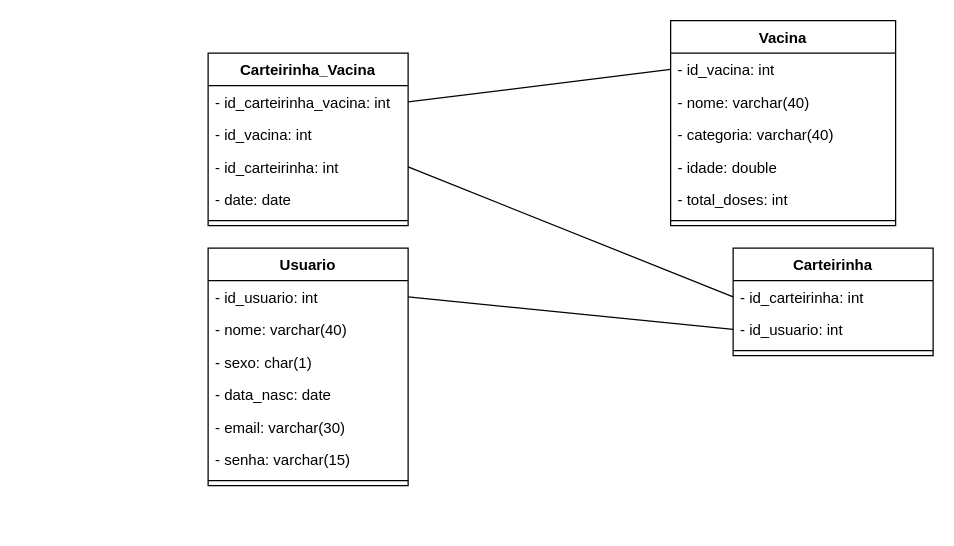
Before: documentacao/diagrama de classe.drawio in Carlozo/Vaprotec-carteira-de-vacina-digital, a draw.io diagram. Source tidied: cells renumbered, new cells numbered last; positions are measured from the earlier drawing's top-left corner, leaving out a move shared by most shapes. Both pictures are drawn from the tidied source at 125%, with x=0, y=0 at pixel (208, 20).
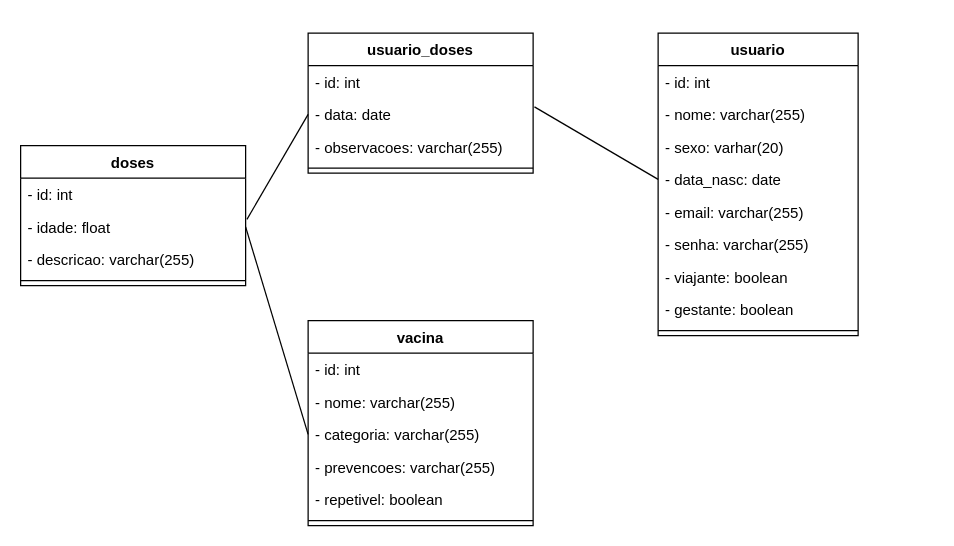
The same page after the edit.

The change refers to these unchanged cells:
```xml
<mxCell id="12" value="- data_nasc: date" style="text;strokeColor=none;fillColor=none;align=left;verticalAlign=top;spacingLeft=4;spacingRight=4;overflow=hidden;points=[[0,0.5],[1,0.5]];portConstraint=eastwest;" parent="8" vertex="1">
  <mxGeometry y="104" width="160" height="26" as="geometry" />
</mxCell>
```

What changed in the source:
```diff
@@
-    <mxCell id="2" value="Carteirinha_Vacina" style="swimlane;fontStyle=1;align=center;verticalAlign=top;horizontal=1;startSize=26;" parent="1" vertex="1">
-      <mxGeometry y="26" width="160" height="138" as="geometry" />
-    </mxCell>
-    <mxCell id="3" value="- id_carteirinha_vacina: int" style="text;strokeColor=none;fillColor=none;align=left;verticalAlign=top;spacingLeft=4;spacingRight=4;overflow=hidden;points=[[0,0.5],[1,0.5]];portConstraint=eastwest;" parent="2" vertex="1">
-      <mxGeometry y="26" width="160" height="26" as="geometry" />
-    </mxCell>
-    <mxCell id="4" value="- id_vacina: int" style="text;strokeColor=none;fillColor=none;align=left;verticalAlign=top;spacingLeft=4;spacingRight=4;overflow=hidden;" parent="2" vertex="1">
-      <mxGeometry y="52" width="160" height="26" as="geometry" />
-    </mxCell>
-    <mxCell id="5" value="- id_carteirinha: int" style="text;strokeColor=none;fillColor=none;align=left;verticalAlign=top;spacingLeft=4;spacingRight=4;overflow=hidden;points=[[0,0.5],[1,0.5]];portConstraint=eastwest;" parent="2" vertex="1">
-      <mxGeometry y="78" width="160" height="26" as="geometry" />
-    </mxCell>
-    <mxCell id="6" value="- date: date" style="text;strokeColor=none;fillColor=none;align=left;verticalAlign=top;spacingLeft=4;spacingRight=4;overflow=hidden;" parent="2" vertex="1">
-      <mxGeometry y="104" width="160" height="26" as="geometry" />
-    </mxCell>
-    <mxCell id="7" style="line;strokeWidth=1;fillColor=none;align=left;verticalAlign=middle;spacingTop=-1;spacingLeft=3;spacingRight=3;labelPosition=right;" parent="2" vertex="1">
-      <mxGeometry y="130" width="160" height="8" as="geometry" />
-    </mxCell>
-    <mxCell id="8" value="Usuario" style="swimlane;fontStyle=1;align=center;verticalAlign=top;horizontal=1;startSize=26;" parent="1" vertex="1">
-      <mxGeometry y="182" width="160" height="190" as="geometry" />
+    <mxCell id="8" value="usuario" style="swimlane;fontStyle=1;align=center;verticalAlign=top;horizontal=1;startSize=26;" parent="1" vertex="1">
+      <mxGeometry x="360" y="10" width="160" height="242" as="geometry" />
     </mxCell>
-    <mxCell id="9" value="- id_usuario: int" style="text;strokeColor=none;fillColor=none;align=left;verticalAlign=top;spacingLeft=4;spacingRight=4;overflow=hidden;points=[[0,0.5],[1,0.5]];portConstraint=eastwest;" parent="8" vertex="1">
+    <mxCell id="9" value="- id: int" style="text;strokeColor=none;fillColor=none;align=left;verticalAlign=top;spacingLeft=4;spacingRight=4;overflow=hidden;points=[[0,0.5],[1,0.5]];portConstraint=eastwest;" parent="8" vertex="1">
       <mxGeometry y="26" width="160" height="26" as="geometry" />
     </mxCell>
-    <mxCell id="10" value="- nome: varchar(40)" style="text;strokeColor=none;fillColor=none;align=left;verticalAlign=top;spacingLeft=4;spacingRight=4;overflow=hidden;" parent="8" vertex="1">
+    <mxCell id="10" value="- nome: varchar(255)" style="text;strokeColor=none;fillColor=none;align=left;verticalAlign=top;spacingLeft=4;spacingRight=4;overflow=hidden;" parent="8" vertex="1">
       <mxGeometry y="52" width="160" height="26" as="geometry" />
     </mxCell>
-    <mxCell id="11" value="- sexo: char(1)" style="text;strokeColor=none;fillColor=none;align=left;verticalAlign=top;spacingLeft=4;spacingRight=4;overflow=hidden;" parent="8" vertex="1">
+    <mxCell id="11" value="- sexo: varhar(20)" style="text;strokeColor=none;fillColor=none;align=left;verticalAlign=top;spacingLeft=4;spacingRight=4;overflow=hidden;" parent="8" vertex="1">
       <mxGeometry y="78" width="160" height="26" as="geometry" />
     </mxCell>
@@
-    <mxCell id="13" value="- email: varchar(30)" style="text;strokeColor=none;fillColor=none;align=left;verticalAlign=top;spacingLeft=4;spacingRight=4;overflow=hidden;" parent="8" vertex="1">
+    <mxCell id="13" value="- email: varchar(255)" style="text;strokeColor=none;fillColor=none;align=left;verticalAlign=top;spacingLeft=4;spacingRight=4;overflow=hidden;" parent="8" vertex="1">
       <mxGeometry y="130" width="160" height="26" as="geometry" />
     </mxCell>
+    <mxCell id="30" value="- senha: varchar(255)" style="text;strokeColor=none;fillColor=none;align=left;verticalAlign=top;spacingLeft=4;spacingRight=4;overflow=hidden;" parent="8" vertex="1">
+      <mxGeometry y="156" width="160" height="26" as="geometry" />
+    </mxCell>
-    <mxCell id="14" value="- senha: varchar(15)" style="text;strokeColor=none;fillColor=none;align=left;verticalAlign=top;spacingLeft=4;spacingRight=4;overflow=hidden;" parent="8" vertex="1">
-      <mxGeometry y="156" width="160" height="26" as="geometry" />
+    <mxCell id="14" value="- viajante: boolean" style="text;strokeColor=none;fillColor=none;align=left;verticalAlign=top;spacingLeft=4;spacingRight=4;overflow=hidden;" parent="8" vertex="1">
+      <mxGeometry y="182" width="160" height="26" as="geometry" />
     </mxCell>
+    <mxCell id="31" value="- gestante: boolean" style="text;strokeColor=none;fillColor=none;align=left;verticalAlign=top;spacingLeft=4;spacingRight=4;overflow=hidden;" parent="8" vertex="1">
+      <mxGeometry y="208" width="160" height="26" as="geometry" />
+    </mxCell>
     <mxCell id="15" style="line;strokeWidth=1;fillColor=none;align=left;verticalAlign=middle;spacingTop=-1;spacingLeft=3;spacingRight=3;labelPosition=right;" parent="8" vertex="1">
-      <mxGeometry y="182" width="160" height="8" as="geometry" />
+      <mxGeometry y="234" width="160" height="8" as="geometry" />
     </mxCell>
-    <mxCell id="16" value="Vacina" style="swimlane;fontStyle=1;align=center;verticalAlign=top;horizontal=1;startSize=26;" parent="1" vertex="1">
-      <mxGeometry x="370" width="180" height="164" as="geometry" />
+    <mxCell id="16" value="doses" style="swimlane;fontStyle=1;align=center;verticalAlign=top;horizontal=1;startSize=26;" parent="1" vertex="1">
+      <mxGeometry x="-150" y="100" width="180" height="112" as="geometry" />
     </mxCell>
-    <mxCell id="17" value="- id_vacina: int" style="text;strokeColor=none;fillColor=none;align=left;verticalAlign=top;spacingLeft=4;spacingRight=4;overflow=hidden;points=[[0,0.5],[1,0.5]];portConstraint=eastwest;" parent="16" vertex="1">
+    <mxCell id="17" value="- id: int" style="text;strokeColor=none;fillColor=none;align=left;verticalAlign=top;spacingLeft=4;spacingRight=4;overflow=hidden;points=[[0,0.5],[1,0.5]];portConstraint=eastwest;" parent="16" vertex="1">
       <mxGeometry y="26" width="180" height="26" as="geometry" />
     </mxCell>
-    <mxCell id="18" value="- nome: varchar(40)" style="text;strokeColor=none;fillColor=none;align=left;verticalAlign=top;spacingLeft=4;spacingRight=4;overflow=hidden;points=[[0,0.5],[1,0.5]];portConstraint=eastwest;" parent="16" vertex="1">
+    <mxCell id="18" value="- idade: float" style="text;strokeColor=none;fillColor=none;align=left;verticalAlign=top;spacingLeft=4;spacingRight=4;overflow=hidden;points=[[0,0.5],[1,0.5]];portConstraint=eastwest;" parent="16" vertex="1">
       <mxGeometry y="52" width="180" height="26" as="geometry" />
     </mxCell>
-    <mxCell id="19" value="- categoria: varchar(40)" style="text;strokeColor=none;fillColor=none;align=left;verticalAlign=top;spacingLeft=4;spacingRight=4;overflow=hidden;" parent="16" vertex="1">
+    <mxCell id="19" value="- descricao: varchar(255)" style="text;strokeColor=none;fillColor=none;align=left;verticalAlign=top;spacingLeft=4;spacingRight=4;overflow=hidden;" parent="16" vertex="1">
       <mxGeometry y="78" width="180" height="26" as="geometry" />
     </mxCell>
-    <mxCell id="20" value="- idade: double" style="text;strokeColor=none;fillColor=none;align=left;verticalAlign=top;spacingLeft=4;spacingRight=4;overflow=hidden;" parent="16" vertex="1">
-      <mxGeometry y="104" width="180" height="26" as="geometry" />
-    </mxCell>
-    <mxCell id="21" value="- total_doses: int " style="text;strokeColor=none;fillColor=none;align=left;verticalAlign=top;spacingLeft=4;spacingRight=4;overflow=hidden;" parent="16" vertex="1">
-      <mxGeometry y="130" width="180" height="26" as="geometry" />
-    </mxCell>
     <mxCell id="22" style="line;strokeWidth=1;fillColor=none;align=left;verticalAlign=middle;spacingTop=-1;spacingLeft=3;spacingRight=3;labelPosition=right;" parent="16" vertex="1">
-      <mxGeometry y="156" width="180" height="8" as="geometry" />
+      <mxGeometry y="104" width="180" height="8" as="geometry" />
     </mxCell>
-    <mxCell id="23" value="Carteirinha" style="swimlane;fontStyle=1;align=center;verticalAlign=top;horizontal=1;startSize=26;" parent="1" vertex="1">
-      <mxGeometry x="420" y="182" width="160" height="86" as="geometry" />
-    </mxCell>
-    <mxCell id="24" value="- id_carteirinha: int" style="text;strokeColor=none;fillColor=none;align=left;verticalAlign=top;spacingLeft=4;spacingRight=4;overflow=hidden;points=[[0,0.5],[1,0.5]];portConstraint=eastwest;" parent="23" vertex="1">
-      <mxGeometry y="26" width="160" height="26" as="geometry" />
-    </mxCell>
-    <mxCell id="25" value="- id_usuario: int" style="text;strokeColor=none;fillColor=none;align=left;verticalAlign=top;spacingLeft=4;spacingRight=4;overflow=hidden;points=[[0,0.5],[1,0.5]];portConstraint=eastwest;" parent="23" vertex="1">
-      <mxGeometry y="52" width="160" height="26" as="geometry" />
-    </mxCell>
-    <mxCell id="26" style="line;strokeWidth=1;fillColor=none;align=left;verticalAlign=middle;spacingTop=-1;spacingLeft=3;spacingRight=3;labelPosition=right;" parent="23" vertex="1">
-      <mxGeometry y="78" width="160" height="8" as="geometry" />
-    </mxCell>
-    <mxCell id="27" style="endArrow=none;html=1;exitX=1;exitY=0.5;exitDx=0;exitDy=0;entryX=0;entryY=0.5;entryDx=0;entryDy=0;" parent="1" edge="1" source="3" target="17">
-      <mxGeometry relative="1" as="geometry" />
-    </mxCell>
-    <mxCell id="28" style="endArrow=none;html=1;entryX=1;entryY=0.5;entryDx=0;entryDy=0;exitX=0;exitY=0.5;exitDx=0;exitDy=0;" parent="1" edge="1" source="24" target="5">
-      <mxGeometry relative="1" as="geometry" />
-    </mxCell>
-    <mxCell id="29" style="endArrow=none;html=1;entryX=0;entryY=0.5;entryDx=0;entryDy=0;exitX=1;exitY=0.5;exitDx=0;exitDy=0;" parent="1" edge="1" source="9" target="25">
-      <mxGeometry relative="1" as="geometry" />
-    </mxCell>
+    <mxCell id="32" value="vacina" style="swimlane;fontStyle=1;align=center;verticalAlign=top;horizontal=1;startSize=26;" parent="1" vertex="1">
+      <mxGeometry x="80" y="240" width="180" height="164" as="geometry" />
+    </mxCell>
+    <mxCell id="33" value="- id: int" style="text;strokeColor=none;fillColor=none;align=left;verticalAlign=top;spacingLeft=4;spacingRight=4;overflow=hidden;" parent="32" vertex="1">
+      <mxGeometry y="26" width="180" height="26" as="geometry" />
+    </mxCell>
+    <mxCell id="34" value="- nome: varchar(255)" style="text;strokeColor=none;fillColor=none;align=left;verticalAlign=top;spacingLeft=4;spacingRight=4;overflow=hidden;" parent="32" vertex="1">
+      <mxGeometry y="52" width="180" height="26" as="geometry" />
+    </mxCell>
+    <mxCell id="35" value="- categoria: varchar(255)" style="text;strokeColor=none;fillColor=none;align=left;verticalAlign=top;spacingLeft=4;spacingRight=4;overflow=hidden;points=[[0,0.5],[1,0.5]];portConstraint=eastwest;" parent="32" vertex="1">
+      <mxGeometry y="78" width="180" height="26" as="geometry" />
+    </mxCell>
+    <mxCell id="36" value="- prevencoes: varchar(255)" style="text;strokeColor=none;fillColor=none;align=left;verticalAlign=top;spacingLeft=4;spacingRight=4;overflow=hidden;" parent="32" vertex="1">
+      <mxGeometry y="104" width="180" height="26" as="geometry" />
+    </mxCell>
+    <mxCell id="37" value="- repetivel: boolean" style="text;strokeColor=none;fillColor=none;align=left;verticalAlign=top;spacingLeft=4;spacingRight=4;overflow=hidden;" parent="32" vertex="1">
+      <mxGeometry y="130" width="180" height="26" as="geometry" />
+    </mxCell>
+    <mxCell id="38" style="line;strokeWidth=1;fillColor=none;align=left;verticalAlign=middle;spacingTop=-1;spacingLeft=3;spacingRight=3;labelPosition=right;" parent="32" vertex="1">
+      <mxGeometry y="156" width="180" height="8" as="geometry" />
+    </mxCell>
+    <mxCell id="39" value="usuario_doses" style="swimlane;fontStyle=1;align=center;verticalAlign=top;horizontal=1;startSize=26;" parent="1" vertex="1">
+      <mxGeometry x="80" y="10" width="180" height="112" as="geometry" />
+    </mxCell>
+    <mxCell id="40" value="- id: int" style="text;strokeColor=none;fillColor=none;align=left;verticalAlign=top;spacingLeft=4;spacingRight=4;overflow=hidden;" parent="39" vertex="1">
+      <mxGeometry y="26" width="180" height="26" as="geometry" />
+    </mxCell>
+    <mxCell id="41" value="- data: date" style="text;strokeColor=none;fillColor=none;align=left;verticalAlign=top;spacingLeft=4;spacingRight=4;overflow=hidden;points=[[0,0.5],[1,0.5]];portConstraint=eastwest;" parent="39" vertex="1">
+      <mxGeometry y="52" width="180" height="26" as="geometry" />
+    </mxCell>
+    <mxCell id="42" value="- observacoes: varchar(255)" style="text;strokeColor=none;fillColor=none;align=left;verticalAlign=top;spacingLeft=4;spacingRight=4;overflow=hidden;" parent="39" vertex="1">
+      <mxGeometry y="78" width="180" height="26" as="geometry" />
+    </mxCell>
+    <mxCell id="43" style="line;strokeWidth=1;fillColor=none;align=left;verticalAlign=middle;spacingTop=-1;spacingLeft=3;spacingRight=3;labelPosition=right;" parent="39" vertex="1">
+      <mxGeometry y="104" width="180" height="8" as="geometry" />
+    </mxCell>
+    <mxCell id="44" style="endArrow=none;html=1;entryX=0;entryY=0.5;entryDx=0;entryDy=0;exitX=1.006;exitY=0.269;exitDx=0;exitDy=0;exitPerimeter=0;" parent="1" edge="1" source="41" target="12">
+      <mxGeometry relative="1" as="geometry" />
+    </mxCell>
+    <mxCell id="45" style="endArrow=none;html=1;entryX=0;entryY=0.5;entryDx=0;entryDy=0;exitX=1.006;exitY=0.269;exitDx=0;exitDy=0;exitPerimeter=0;" parent="1" edge="1" source="18" target="41">
+      <mxGeometry relative="1" as="geometry" />
+    </mxCell>
+    <mxCell id="46" style="endArrow=none;html=1;entryX=1;entryY=0.5;entryDx=0;entryDy=0;exitX=0;exitY=0.5;exitDx=0;exitDy=0;" parent="1" edge="1" source="35" target="18">
+      <mxGeometry relative="1" as="geometry" />
+    </mxCell>
```
